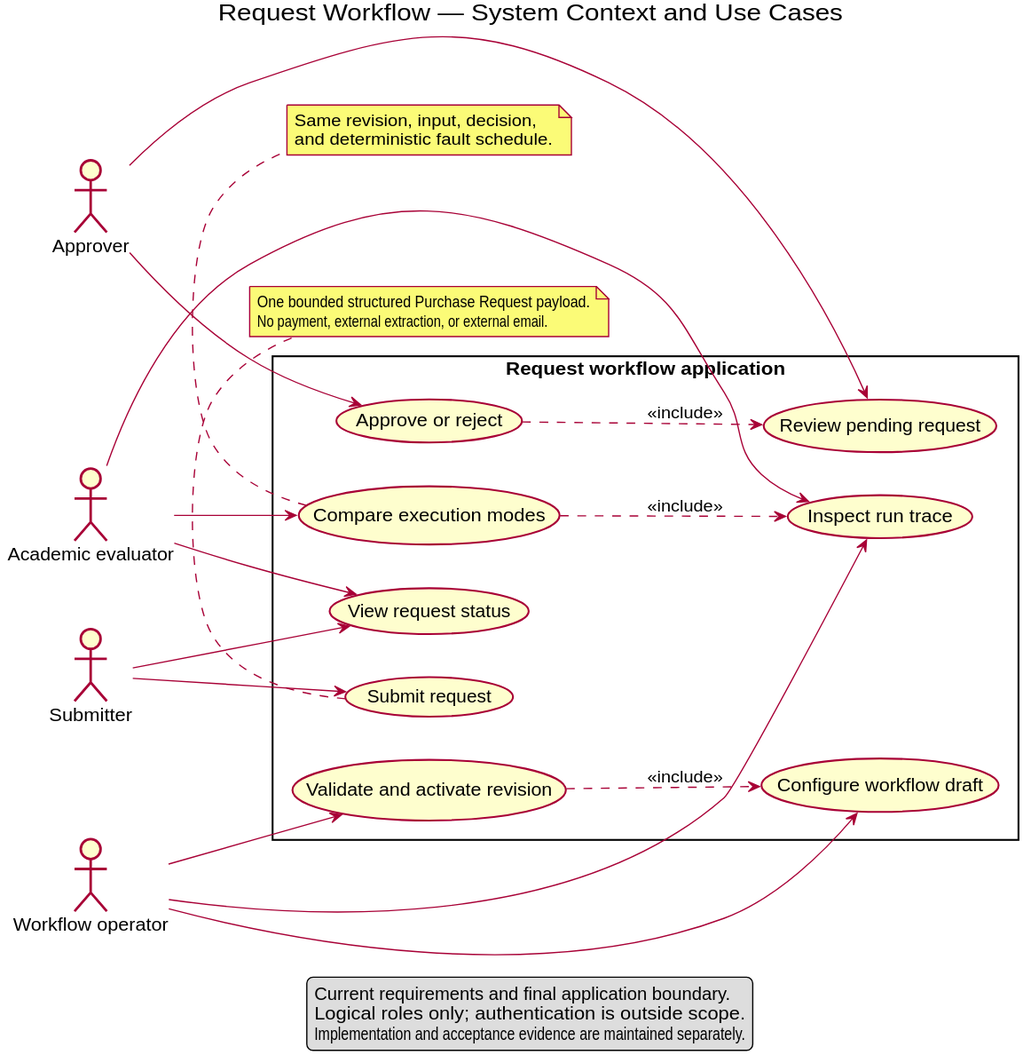
Earlier version of the PlantUML export docs/architecture/uml/rendered/system-context-use-cases.svg (MAES1102/WMS).
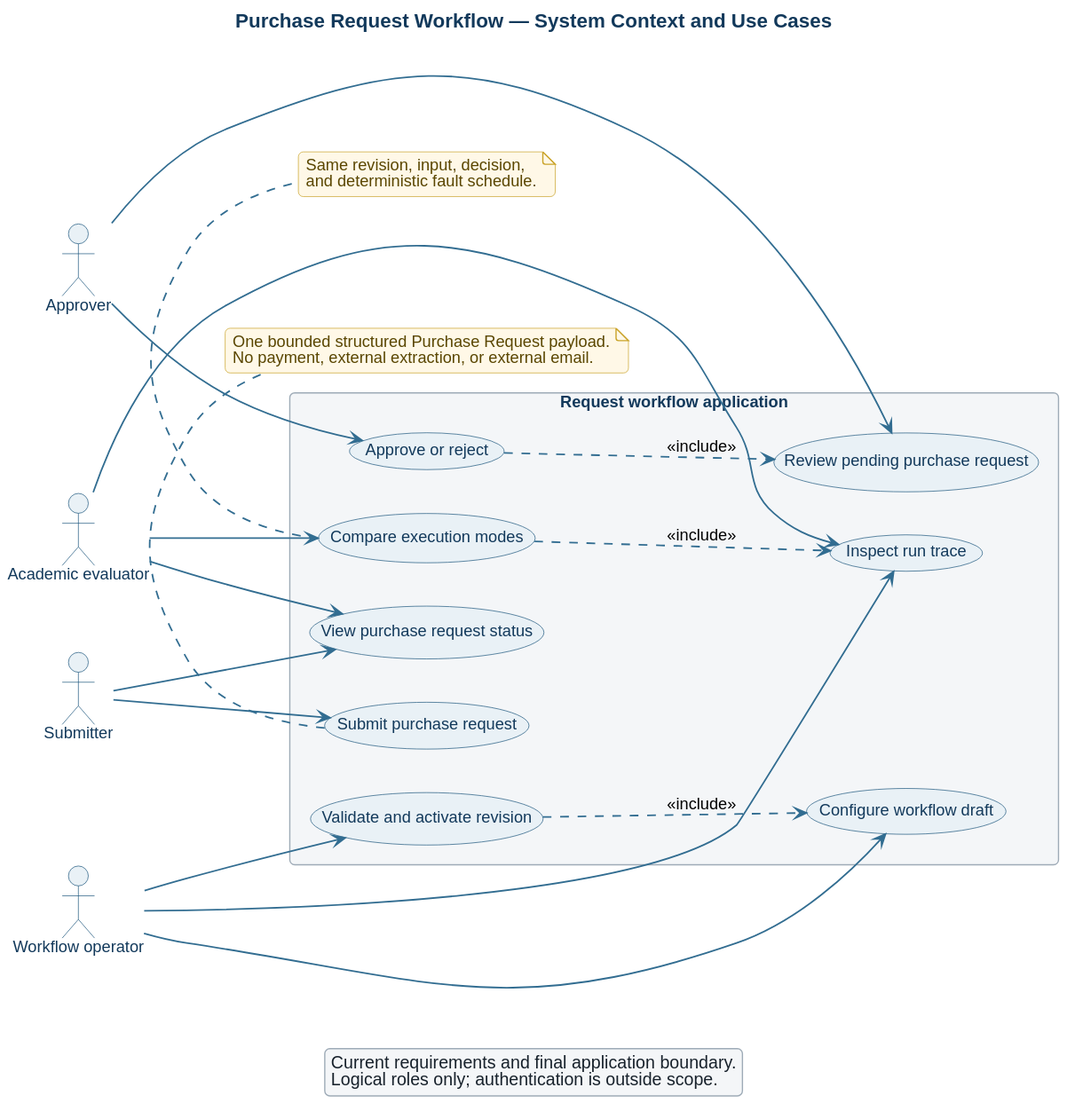
Later version of the same file.

Diff of the diagram source:
```diff
@@ -1,7 +1,41 @@
 @startuml
-title Request Workflow — System Context and Use Cases
+title Purchase Request Workflow — System Context and Use Cases
 left to right direction
 skinparam shadowing false
+skinparam backgroundColor white
+skinparam defaultFontName Helvetica
+skinparam defaultFontSize 13
+skinparam roundcorner 8
+skinparam ArrowColor #326d91
+skinparam ArrowThickness 1.3
+skinparam titleFontColor #12395b
+skinparam titleFontSize 16
+skinparam titleFontStyle bold
+skinparam usecase {
+  BackgroundColor #e9f1f6
+  BorderColor #1d567d
+  FontColor #12395b
+}
+skinparam actor {
+  BackgroundColor #e9f1f6
+  BorderColor #1d567d
+  FontColor #12395b
+}
+skinparam rectangle {
+  BackgroundColor #f4f6f8
+  BorderColor #9eabb7
+  FontColor #12395b
+}
+skinparam note {
+  BackgroundColor #fff8e7
+  BorderColor #c9a227
+  FontColor #5a4600
+}
+skinparam legend {
+  BackgroundColor #f4f6f8
+  BorderColor #9eabb7
+  FontColor #17212b
+}
 
 actor Submitter
 actor Approver
@@ -9,9 +43,9 @@
 actor "Academic evaluator" as Evaluator
 
 rectangle "Request workflow application" {
-  usecase "Submit request" as Submit
-  usecase "View request status" as Status
-  usecase "Review pending request" as Review
+  usecase "Submit purchase request" as Submit
+  usecase "View purchase request status" as Status
+  usecase "Review pending purchase request" as Review
   usecase "Approve or reject" as Decide
   usecase "Configure workflow draft" as Configure
   usecase "Validate and activate revision" as Activate
@@ -47,6 +81,5 @@
 legend
 Current requirements and final application boundary.
 Logical roles only; authentication is outside scope.
-Implementation and acceptance evidence are maintained separately.
 endlegend
 @enduml
```
